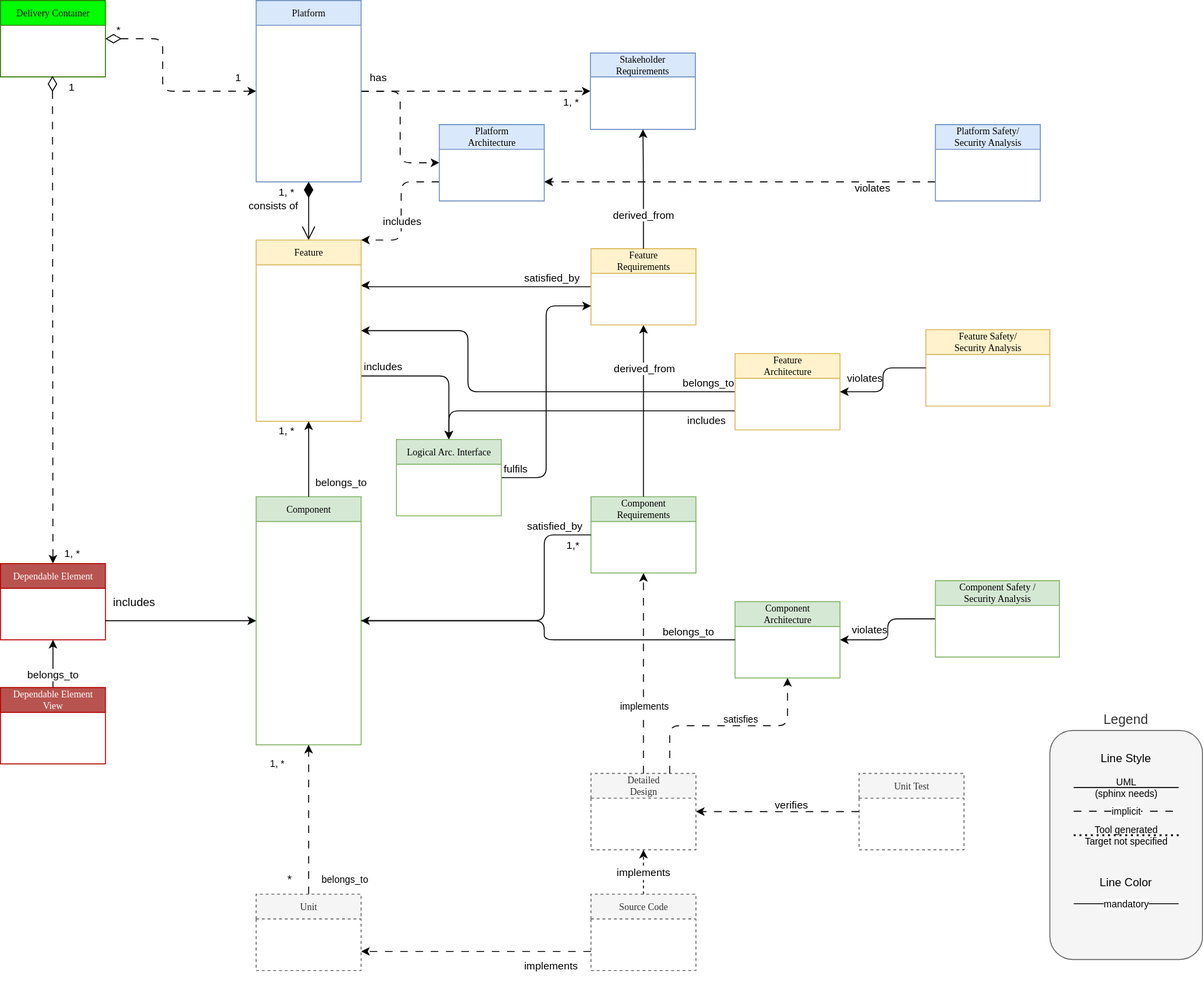
This is pr-754/_images/score_building_blocks_meta_model_simplified.drawio.svg from eclipse-score/process_description, a draw.io export, as it was before one commit. Source tidied: cells renumbered, new cells last; positions are measured from the earlier drawing's top-left corner, leaving out a move shared by most shapes.
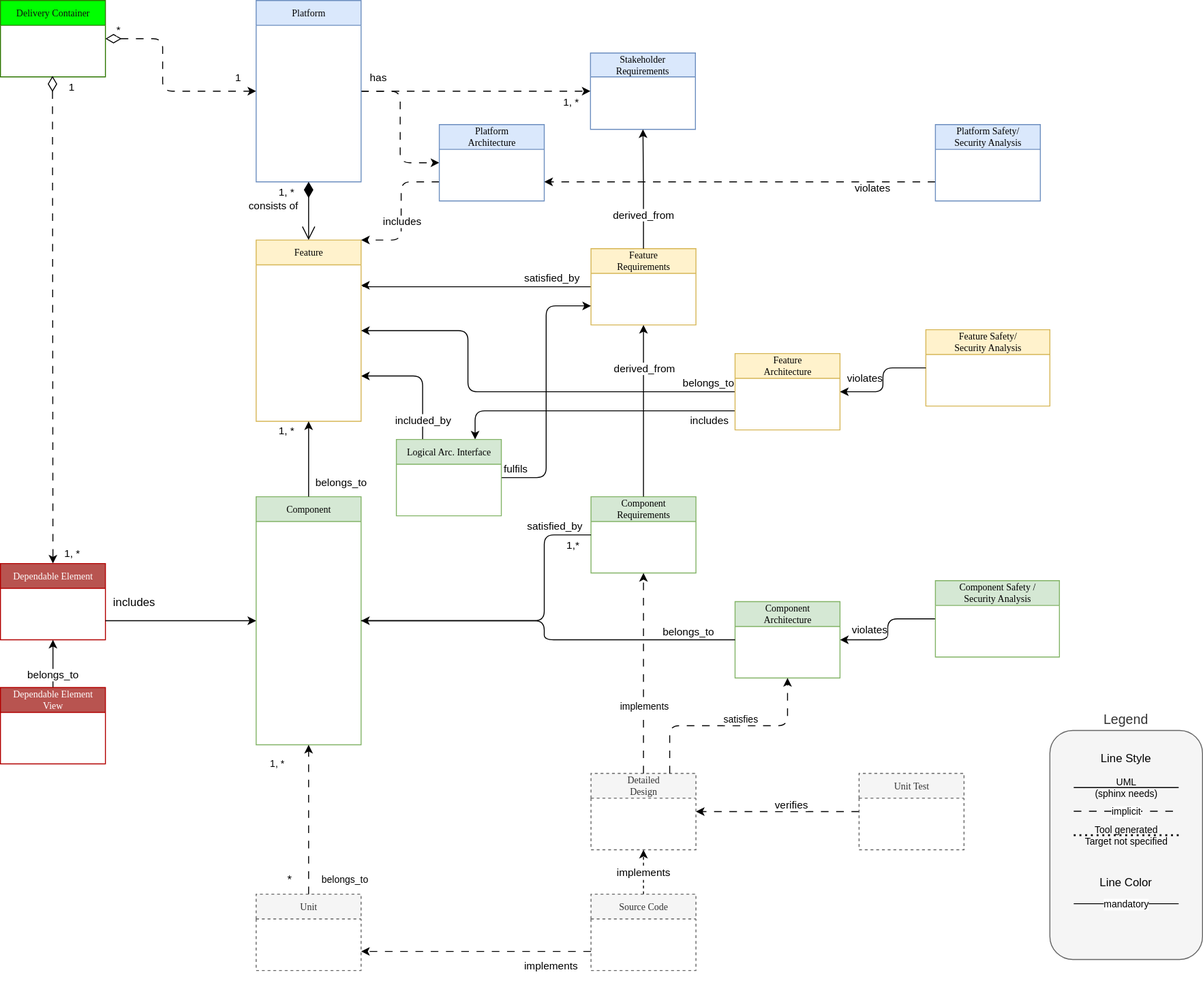
Later version of the same file.

The edit, as a diff of the source:
```diff
@@ -18,10 +18,8 @@
         <mxPoint x="-20" y="-7" as="offset" />
       </mxGeometry>
     </mxCell>
-    <mxCell id="5" value="includes" style="edgeStyle=orthogonalEdgeStyle;html=1;exitX=1;exitY=0.75;exitDx=0;exitDy=0;entryX=0.5;entryY=0;entryDx=0;entryDy=0;" parent="1" edge="1" source="6" target="60">
-      <mxGeometry x="-0.71" y="11" relative="1" as="geometry">
-        <mxPoint y="1" as="offset" />
-      </mxGeometry>
+    <mxCell id="5" value="included_by" style="edgeStyle=orthogonalEdgeStyle;html=1;exitX=1;exitY=0.75;exitDx=0;exitDy=0;entryX=0.25;entryY=0;entryDx=0;entryDy=0;endArrow=none;endFill=0;startArrow=classic;startFill=1;" parent="1" edge="1" source="6" target="60">
+      <mxGeometry x="0.69" relative="1" as="geometry" />
     </mxCell>
     <mxCell id="6" value="Feature" style="swimlane;html=1;fontStyle=0;horizontal=1;startSize=26;fillColor=#fff2cc;swimlaneFillColor=#ffffff;rounded=0;shadow=0;comic=0;labelBackgroundColor=none;strokeWidth=1;fontFamily=Verdana;fontSize=10;align=center;strokeColor=#d6b656;" parent="1" vertex="1">
       <mxGeometry x="268" y="251" width="110" height="190" as="geometry" />
@@ -35,7 +33,7 @@
     <mxCell id="9" value="Feature&lt;br&gt;Requirements" style="swimlane;html=1;fontStyle=0;horizontal=1;startSize=26;fillColor=#fff2cc;swimlaneFillColor=#ffffff;rounded=0;shadow=0;comic=0;labelBackgroundColor=none;strokeWidth=1;fontFamily=Verdana;fontSize=10;align=center;strokeColor=#d6b656;" parent="1" vertex="1">
       <mxGeometry x="619" y="260" width="110" height="80" as="geometry" />
     </mxCell>
-    <mxCell id="10" value="includes" style="edgeStyle=orthogonalEdgeStyle;html=1;exitX=0;exitY=0.75;exitDx=0;exitDy=0;entryX=0.5;entryY=0;entryDx=0;entryDy=0;" parent="1" edge="1" source="13" target="60">
+    <mxCell id="10" value="includes" style="edgeStyle=orthogonalEdgeStyle;html=1;exitX=0;exitY=0.75;exitDx=0;exitDy=0;entryX=0.75;entryY=0;entryDx=0;entryDy=0;" parent="1" edge="1" source="13" target="60">
       <mxGeometry x="-0.82" y="10" relative="1" as="geometry" />
     </mxCell>
     <mxCell id="11" style="edgeStyle=orthogonalEdgeStyle;html=1;exitX=0;exitY=0.5;exitDx=0;exitDy=0;entryX=1;entryY=0.5;entryDx=0;entryDy=0;" parent="1" edge="1" source="13" target="6">
```
